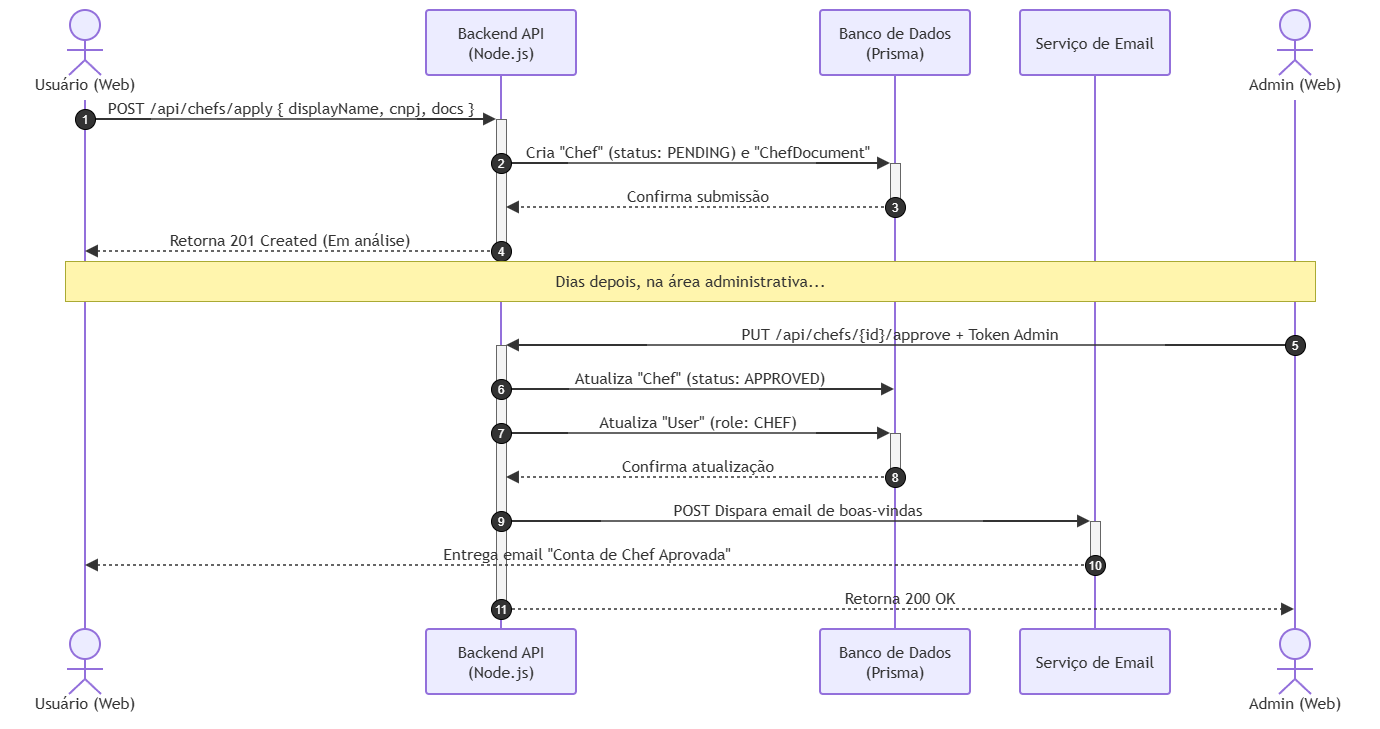
Earlier version of the draw.io export Documentacao/DS/DS-WEB/1 - Fluxo de Solicitação e Aprovação de Chef - WEB.png (VyttorRamos/GastroMatch). Source tidied: cells renumbered, new cells last; positions are measured from the earlier drawing's top-left corner, leaving out a move shared by most shapes.
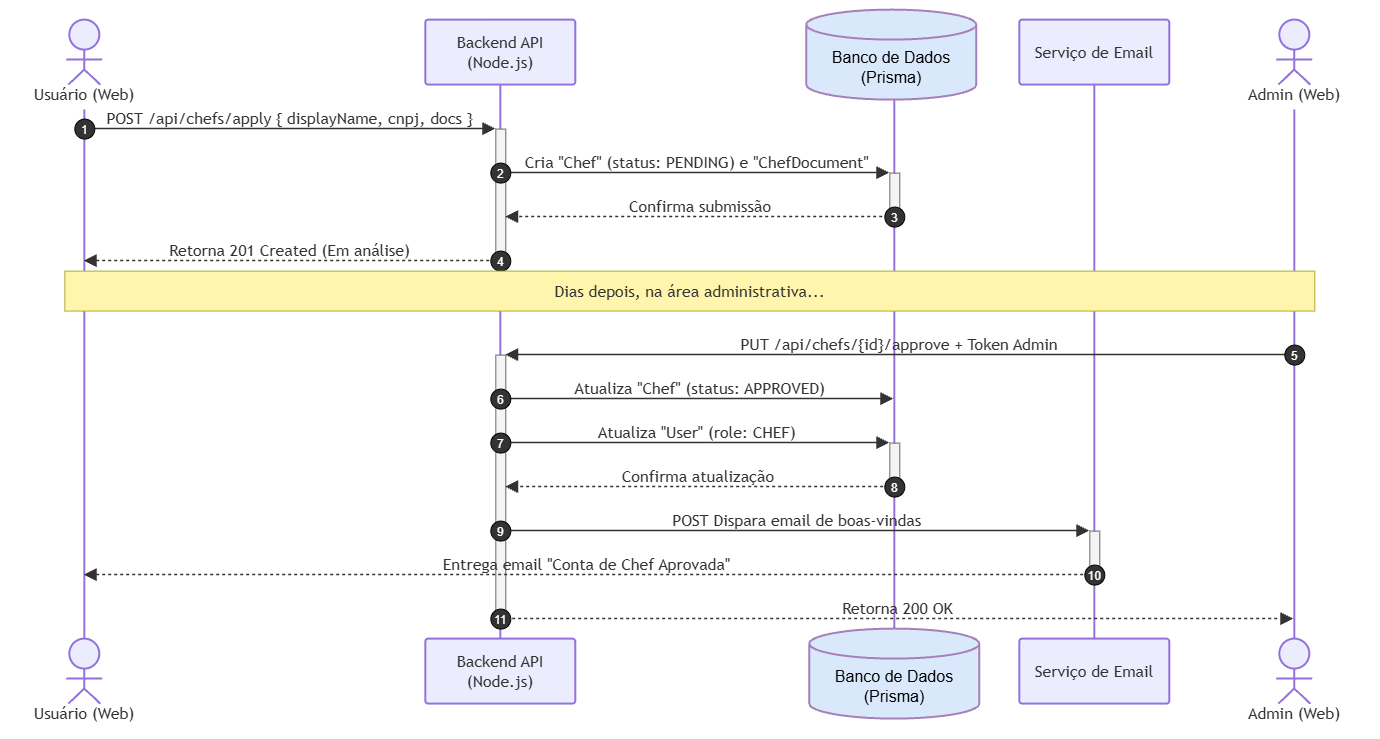
Later version of the same file.

Change to the diagram source:
```diff
@@ -3,7 +3,7 @@
     <mxCell id="0" />
     <mxCell id="1" parent="0" />
     <mxCell id="2" style="group;transparentBounds=1;editIcon=1;lockedGroup=0;groupPadding=10;" parent="1" vertex="1">
-      <mxGeometry as="geometry" />
+      <mxGeometry width="1010" height="739" as="geometry" />
     </mxCell>
     <mxCell id="3" value="Usuário (Web)" style="html=1;shape=umlLifeline;perimeter=lifelinePerimeter;whiteSpace=wrap;outlineConnect=0;portConstraint=eastwest;newEdgeStyle={&quot;edgeStyle&quot;:&quot;elbowEdgeStyle&quot;,&quot;elbow&quot;:&quot;vertical&quot;,&quot;curved&quot;:0,&quot;rounded&quot;:0};lifelineDashed=0;strokeWidth=2;rounded=1;absoluteArcSize=1;arcSize=6;lifelineColor=light-dark(#9370DB,#cccccc);participant=seqActorStick;verticalAlign=bottom;align=center;spacingBottom=4;size=90;lifelineMirror=1;fillColor=light-dark(#ECECFF,#1f2020);strokeColor=light-dark(#9370DB,#cccccc);fontColor=light-dark(#333333,#cccccc);fontFamily=Trebuchet MS,Verdana,Arial,sans-serif;fontSize=16;" parent="2" vertex="1">
       <mxGeometry x="30" y="30" width="150" height="709" as="geometry" />
@@ -148,5 +148,11 @@
     <mxCell id="35" value="Dias depois, na área administrativa..." style="html=1;fillColor=light-dark(#fff5ad,#2a2a2a);strokeColor=light-dark(#aaaa33,#cccccc);fontColor=light-dark(#333333,#cccccc);fontFamily=Trebuchet MS,Verdana,Arial,sans-serif;fontSize=16;" parent="2" vertex="1">
       <mxGeometry x="85" y="281" width="1250" height="40" as="geometry" />
     </mxCell>
+    <mxCell id="36" value="&lt;font style=&quot;font-size: 16px;&quot;&gt;Banco de Dados&lt;br&gt;(Prisma)&lt;/font&gt;" style="shape=cylinder3;whiteSpace=wrap;html=1;boundedLbl=1;backgroundOutline=1;size=15;fillColor=#dae8fc;strokeColor=#A680B8;strokeWidth=2;" parent="2" vertex="1">
+      <mxGeometry x="827" y="20" width="170" height="90" as="geometry" />
+    </mxCell>
+    <mxCell id="37" value="&lt;font style=&quot;font-size: 16px;&quot;&gt;Banco de Dados&lt;br&gt;(Prisma)&lt;/font&gt;" style="shape=cylinder3;whiteSpace=wrap;html=1;boundedLbl=1;backgroundOutline=1;size=15;fillColor=#dae8fc;strokeColor=#A680B8;strokeWidth=2;" parent="2" vertex="1">
+      <mxGeometry x="830" y="639" width="170" height="90" as="geometry" />
+    </mxCell>
   </root>
 </mxGraphModel>
```
